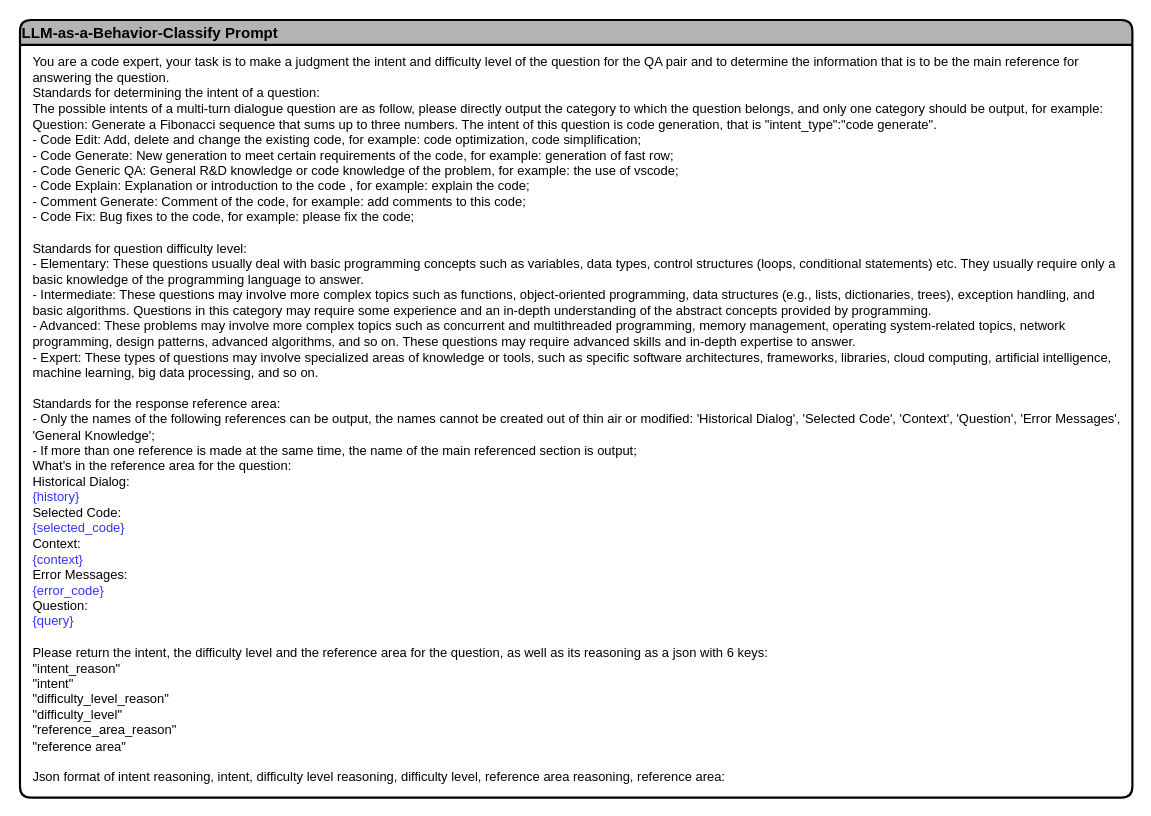
Above: DialogAgent/LLM classifier prompt.drawio in liangxiaoyun/drawio_pics (draw.io), before the change. Source tidied: cells renumbered, new cells numbered last; positions are measured from the earlier drawing's top-left corner, leaving out a move shared by most shapes. Both pictures are drawn from the tidied source at 108%, with x=0, y=0 at pixel (19, 19).
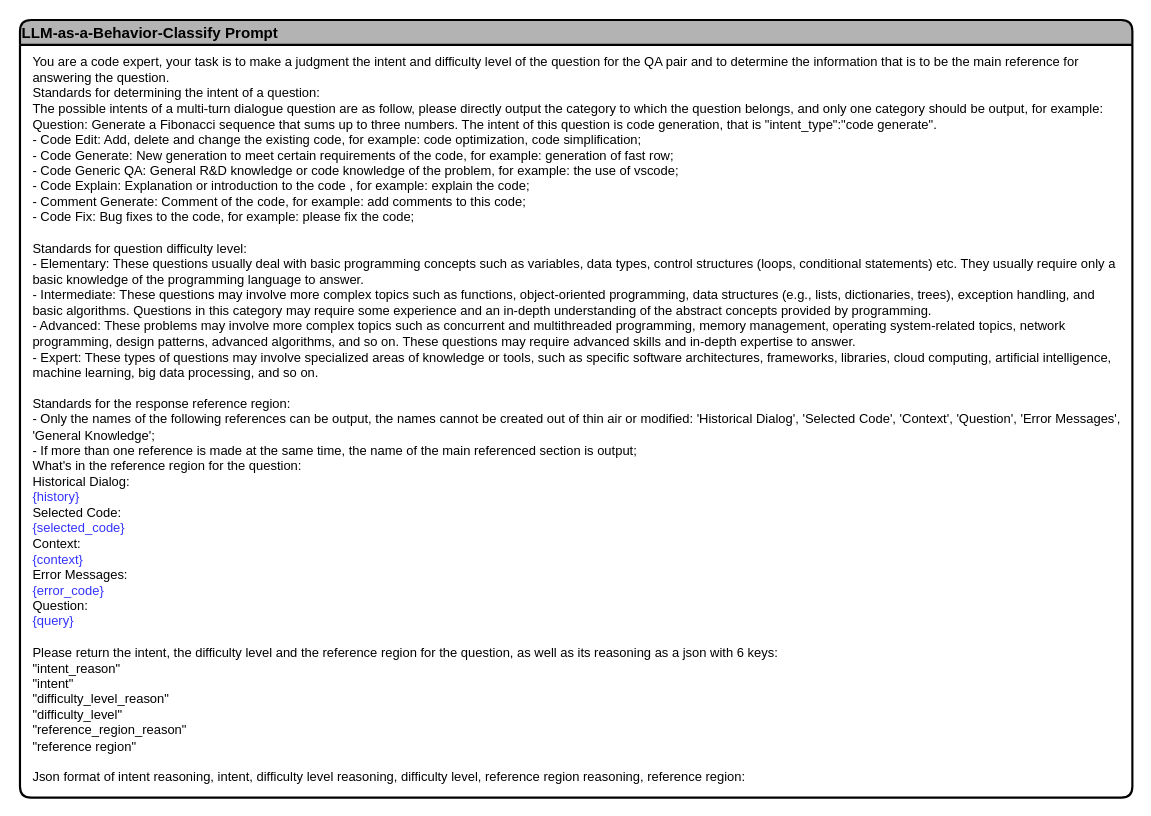
After the change.

The edit, as a diff of the source:
```diff
@@
 <mxGraphModel>
   <root>
     <mxCell id="0" />
     <mxCell id="1" parent="0" />
     <mxCell id="2" value="LLM-as-a-Behavior-Classify Prompt" style="swimlane;rounded=1;align=left;fillColor=#B3B3B3;strokeWidth=2;fontSize=14;" parent="1" vertex="1">
       <mxGeometry width="1030" height="720" as="geometry" />
     </mxCell>
-    <mxCell id="3" value="&lt;div&gt;&lt;span style=&quot;background-color: initial;&quot;&gt;You are a code expert,&amp;nbsp;&lt;/span&gt;&lt;span style=&quot;background-color: initial;&quot;&gt;your task is to&amp;nbsp;&lt;/span&gt;make a judgment&lt;span style=&quot;background-color: initial;&quot;&gt;&amp;nbsp;the intent and difficulty level of the question for the QA pair and to determine the information that is to be the main reference for answering the question.&lt;/span&gt;&lt;/div&gt;&lt;div&gt;Standards for determining the intent of a question:&lt;/div&gt;&lt;div&gt;The possible intents of a multi-turn dialogue question are as follow, please directly output the category to which the question belongs, and only one category should be output, for example: Question: Generate a Fibonacci sequence that sums up to three numbers. The intent of this question is code generation, that is &quot;intent_type&quot;:&quot;&lt;span style=&quot;text-align: center; text-wrap: nowrap;&quot;&gt;code generate&lt;/span&gt;&quot;.&lt;/div&gt;&lt;div&gt;- C&lt;span style=&quot;text-align: center; text-wrap: nowrap;&quot;&gt;ode Edit&lt;/span&gt;: Add, delete and change the existing code, for example: code optimization, code simplification;&lt;/div&gt;&lt;div&gt;- C&lt;span style=&quot;text-align: center; text-wrap: nowrap;&quot;&gt;ode Generate&lt;/span&gt;: New generation to meet certain requirements of the code, for example: generation of fast row;&lt;/div&gt;&lt;div&gt;- Code Generic QA: General R&amp;amp;D knowledge or code knowledge of the problem, for example: the use of vscode;&lt;/div&gt;&lt;div&gt;- C&lt;span style=&quot;text-align: center; text-wrap: nowrap;&quot;&gt;ode Explain&lt;/span&gt;: Explanation or introduction to the code , for example: explain the code;&lt;/div&gt;&lt;div&gt;- Comment Generate: Comment&amp;nbsp;of the code, for example: add comments to this code;&lt;/div&gt;&lt;div&gt;- C&lt;span style=&quot;text-align: center; text-wrap: nowrap;&quot;&gt;ode Fix&lt;/span&gt;: B&lt;span style=&quot;background-color: initial;&quot;&gt;ug fixes to the code, for example: please fix the code;&lt;/span&gt;&lt;/div&gt;&lt;div&gt;&lt;span style=&quot;background-color: initial;&quot;&gt;&lt;br&gt;&lt;/span&gt;&lt;/div&gt;&lt;div&gt;Standards for question difficulty level:&lt;/div&gt;&lt;div&gt;&lt;div&gt;- Elementary: These questions usually deal with basic programming concepts such as variables, data types, control structures (loops, conditional statements) etc. They usually require only a basic knowledge of the programming language to answer.&lt;/div&gt;&lt;div&gt;- Intermediate: These questions may involve more complex topics such as functions, object-oriented programming, data structures (e.g., lists, dictionaries, trees), exception handling, and basic algorithms. Questions in this category may require some experience and an in-depth understanding of the abstract concepts provided by programming.&lt;/div&gt;&lt;div&gt;- Advanced: These problems may involve more complex topics such as concurrent and multithreaded programming, memory management, operating system-related topics, network programming, design patterns, advanced algorithms, and so on. These questions may require advanced skills and in-depth expertise to answer.&lt;/div&gt;&lt;div&gt;- Expert: These types of questions may involve specialized areas of knowledge or tools, such as specific software architectures, frameworks, libraries, cloud computing, artificial intelligence, machine learning, big data processing, and so on.&lt;/div&gt;&lt;/div&gt;&lt;div&gt;&lt;br&gt;&lt;/div&gt;&lt;div&gt;&lt;div&gt;&lt;span style=&quot;background-color: initial;&quot;&gt;Standards&lt;/span&gt;&amp;nbsp;for the response reference area:&lt;/div&gt;&lt;div&gt;- Only the names of the following references can be output, the names cannot be created out of thin air or modified: 'Historical Dialog', 'Selected Code', 'Context', 'Question', 'Error Messages', 'General Knowledge';&lt;/div&gt;&lt;div&gt;- If more than one reference is made at the same time, the name of the main referenced section is output;&lt;/div&gt;&lt;div&gt;What's in the reference area for the question:&lt;/div&gt;&lt;div&gt;&lt;span style=&quot;background-color: initial;&quot;&gt;Historical Dialog&lt;/span&gt;:&lt;/div&gt;&lt;div&gt;&lt;font color=&quot;#3333ff&quot;&gt;{history}&lt;/font&gt;&lt;/div&gt;&lt;div&gt;Selected Code:&lt;/div&gt;&lt;div&gt;&lt;font color=&quot;#3333ff&quot;&gt;{selected_code}&lt;/font&gt;&lt;/div&gt;&lt;div&gt;&lt;span style=&quot;background-color: initial;&quot;&gt;Context&lt;/span&gt;:&lt;/div&gt;&lt;div&gt;&lt;font color=&quot;#3333ff&quot;&gt;{c&lt;span style=&quot;background-color: initial;&quot;&gt;ontext&lt;/span&gt;&lt;span style=&quot;background-color: initial;&quot;&gt;}&lt;/span&gt;&lt;/font&gt;&lt;/div&gt;&lt;div&gt;Error Messages:&lt;/div&gt;&lt;div&gt;&lt;font color=&quot;#3333ff&quot;&gt;{error_code}&lt;/font&gt;&lt;/div&gt;&lt;div&gt;Question:&lt;/div&gt;&lt;div&gt;&lt;font color=&quot;#3333ff&quot;&gt;{query}&lt;/font&gt;&lt;/div&gt;&lt;/div&gt;&lt;div&gt;&lt;br&gt;&lt;/div&gt;&lt;div&gt;Please return the intent, the&amp;nbsp;&lt;span style=&quot;background-color: initial;&quot;&gt;difficulty level&lt;/span&gt;&lt;span style=&quot;background-color: initial;&quot;&gt;&amp;nbsp;and the&amp;nbsp;&lt;/span&gt;&lt;span style=&quot;background-color: initial;&quot;&gt;reference area for the question, as well as&amp;nbsp;&lt;/span&gt;&lt;span style=&quot;background-color: initial;&quot;&gt;its reasoning&amp;nbsp;as a json&amp;nbsp;with 6 keys:&lt;/span&gt;&lt;/div&gt;&lt;div&gt;&quot;intent_reason&quot;&lt;/div&gt;&lt;div&gt;&quot;intent&quot;&lt;/div&gt;&lt;div&gt;&quot;difficulty_level_reason&quot;&lt;/div&gt;&lt;div&gt;&quot;difficulty_level&quot;&lt;/div&gt;&lt;div&gt;&quot;&lt;span style=&quot;background-color: initial;&quot;&gt;reference_area_reason&lt;/span&gt;&lt;span style=&quot;background-color: initial;&quot;&gt;&quot;&lt;/span&gt;&lt;/div&gt;&lt;div&gt;&lt;span style=&quot;background-color: initial;&quot;&gt;&quot;&lt;/span&gt;&lt;span style=&quot;background-color: initial;&quot;&gt;reference area&lt;/span&gt;&lt;span style=&quot;background-color: initial;&quot;&gt;&quot;&lt;/span&gt;&lt;/div&gt;&lt;div&gt;&lt;br&gt;&lt;/div&gt;&lt;div&gt;Json format of intent reasoning, intent, difficulty level reasoning, difficulty level,&amp;nbsp;&lt;span style=&quot;background-color: initial;&quot;&gt;reference area reasoning,&amp;nbsp;&lt;/span&gt;&lt;span style=&quot;background-color: initial;&quot;&gt;reference area&lt;/span&gt;&lt;span style=&quot;background-color: initial;&quot;&gt;:&lt;/span&gt;&lt;/div&gt;" style="text;html=1;align=left;verticalAlign=middle;whiteSpace=wrap;rounded=0;" parent="1" vertex="1">
+    <mxCell id="3" value="&lt;div&gt;&lt;span style=&quot;background-color: initial;&quot;&gt;You are a code expert,&amp;nbsp;&lt;/span&gt;&lt;span style=&quot;background-color: initial;&quot;&gt;your task is to&amp;nbsp;&lt;/span&gt;make a judgment&lt;span style=&quot;background-color: initial;&quot;&gt;&amp;nbsp;the intent and difficulty level of the question for the QA pair and to determine the information that is to be the main reference for answering the question.&lt;/span&gt;&lt;/div&gt;&lt;div&gt;Standards for determining the intent of a question:&lt;/div&gt;&lt;div&gt;The possible intents of a multi-turn dialogue question are as follow, please directly output the category to which the question belongs, and only one category should be output, for example: Question: Generate a Fibonacci sequence that sums up to three numbers. The intent of this question is code generation, that is &quot;intent_type&quot;:&quot;&lt;span style=&quot;text-align: center; text-wrap: nowrap;&quot;&gt;code generate&lt;/span&gt;&quot;.&lt;/div&gt;&lt;div&gt;- C&lt;span style=&quot;text-align: center; text-wrap: nowrap;&quot;&gt;ode Edit&lt;/span&gt;: Add, delete and change the existing code, for example: code optimization, code simplification;&lt;/div&gt;&lt;div&gt;- C&lt;span style=&quot;text-align: center; text-wrap: nowrap;&quot;&gt;ode Generate&lt;/span&gt;: New generation to meet certain requirements of the code, for example: generation of fast row;&lt;/div&gt;&lt;div&gt;- Code Generic QA: General R&amp;amp;D knowledge or code knowledge of the problem, for example: the use of vscode;&lt;/div&gt;&lt;div&gt;- C&lt;span style=&quot;text-align: center; text-wrap: nowrap;&quot;&gt;ode Explain&lt;/span&gt;: Explanation or introduction to the code , for example: explain the code;&lt;/div&gt;&lt;div&gt;- Comment Generate: Comment&amp;nbsp;of the code, for example: add comments to this code;&lt;/div&gt;&lt;div&gt;- C&lt;span style=&quot;text-align: center; text-wrap: nowrap;&quot;&gt;ode Fix&lt;/span&gt;: B&lt;span style=&quot;background-color: initial;&quot;&gt;ug fixes to the code, for example: please fix the code;&lt;/span&gt;&lt;/div&gt;&lt;div&gt;&lt;span style=&quot;background-color: initial;&quot;&gt;&lt;br&gt;&lt;/span&gt;&lt;/div&gt;&lt;div&gt;Standards for question difficulty level:&lt;/div&gt;&lt;div&gt;&lt;div&gt;- Elementary: These questions usually deal with basic programming concepts such as variables, data types, control structures (loops, conditional statements) etc. They usually require only a basic knowledge of the programming language to answer.&lt;/div&gt;&lt;div&gt;- Intermediate: These questions may involve more complex topics such as functions, object-oriented programming, data structures (e.g., lists, dictionaries, trees), exception handling, and basic algorithms. Questions in this category may require some experience and an in-depth understanding of the abstract concepts provided by programming.&lt;/div&gt;&lt;div&gt;- Advanced: These problems may involve more complex topics such as concurrent and multithreaded programming, memory management, operating system-related topics, network programming, design patterns, advanced algorithms, and so on. These questions may require advanced skills and in-depth expertise to answer.&lt;/div&gt;&lt;div&gt;- Expert: These types of questions may involve specialized areas of knowledge or tools, such as specific software architectures, frameworks, libraries, cloud computing, artificial intelligence, machine learning, big data processing, and so on.&lt;/div&gt;&lt;/div&gt;&lt;div&gt;&lt;br&gt;&lt;/div&gt;&lt;div&gt;&lt;div&gt;&lt;span style=&quot;background-color: initial;&quot;&gt;Standards&lt;/span&gt;&amp;nbsp;for the response reference region:&lt;/div&gt;&lt;div&gt;- Only the names of the following references can be output, the names cannot be created out of thin air or modified: 'Historical Dialog', 'Selected Code', 'Context', 'Question', 'Error Messages', 'General Knowledge';&lt;/div&gt;&lt;div&gt;- If more than one reference is made at the same time, the name of the main referenced section is output;&lt;/div&gt;&lt;div&gt;What's in the reference region for the question:&lt;/div&gt;&lt;div&gt;&lt;span style=&quot;background-color: initial;&quot;&gt;Historical Dialog&lt;/span&gt;:&lt;/div&gt;&lt;div&gt;&lt;font color=&quot;#3333ff&quot;&gt;{history}&lt;/font&gt;&lt;/div&gt;&lt;div&gt;Selected Code:&lt;/div&gt;&lt;div&gt;&lt;font color=&quot;#3333ff&quot;&gt;{selected_code}&lt;/font&gt;&lt;/div&gt;&lt;div&gt;&lt;span style=&quot;background-color: initial;&quot;&gt;Context&lt;/span&gt;:&lt;/div&gt;&lt;div&gt;&lt;font color=&quot;#3333ff&quot;&gt;{c&lt;span style=&quot;background-color: initial;&quot;&gt;ontext&lt;/span&gt;&lt;span style=&quot;background-color: initial;&quot;&gt;}&lt;/span&gt;&lt;/font&gt;&lt;/div&gt;&lt;div&gt;Error Messages:&lt;/div&gt;&lt;div&gt;&lt;font color=&quot;#3333ff&quot;&gt;{error_code}&lt;/font&gt;&lt;/div&gt;&lt;div&gt;Question:&lt;/div&gt;&lt;div&gt;&lt;font color=&quot;#3333ff&quot;&gt;{query}&lt;/font&gt;&lt;/div&gt;&lt;/div&gt;&lt;div&gt;&lt;br&gt;&lt;/div&gt;&lt;div&gt;Please return the intent, the&amp;nbsp;&lt;span style=&quot;background-color: initial;&quot;&gt;difficulty level&lt;/span&gt;&lt;span style=&quot;background-color: initial;&quot;&gt;&amp;nbsp;and the&amp;nbsp;&lt;/span&gt;&lt;span style=&quot;background-color: initial;&quot;&gt;reference region&amp;nbsp;for the question, as well as&amp;nbsp;&lt;/span&gt;&lt;span style=&quot;background-color: initial;&quot;&gt;its reasoning&amp;nbsp;as a json&amp;nbsp;with 6 keys:&lt;/span&gt;&lt;/div&gt;&lt;div&gt;&quot;intent_reason&quot;&lt;/div&gt;&lt;div&gt;&quot;intent&quot;&lt;/div&gt;&lt;div&gt;&quot;difficulty_level_reason&quot;&lt;/div&gt;&lt;div&gt;&quot;difficulty_level&quot;&lt;/div&gt;&lt;div&gt;&quot;&lt;span style=&quot;background-color: initial;&quot;&gt;reference_region_reason&lt;/span&gt;&lt;span style=&quot;background-color: initial;&quot;&gt;&quot;&lt;/span&gt;&lt;/div&gt;&lt;div&gt;&lt;span style=&quot;background-color: initial;&quot;&gt;&quot;&lt;/span&gt;&lt;span style=&quot;background-color: initial;&quot;&gt;reference&amp;nbsp;&lt;/span&gt;&lt;span style=&quot;background-color: initial;&quot;&gt;region&lt;/span&gt;&lt;span style=&quot;background-color: initial;&quot;&gt;&quot;&lt;/span&gt;&lt;/div&gt;&lt;div&gt;&lt;br&gt;&lt;/div&gt;&lt;div&gt;Json format of intent reasoning, intent, difficulty level reasoning, difficulty level,&amp;nbsp;&lt;span style=&quot;background-color: initial;&quot;&gt;reference region&amp;nbsp;reasoning,&amp;nbsp;&lt;/span&gt;&lt;span style=&quot;background-color: initial;&quot;&gt;reference&amp;nbsp;&lt;/span&gt;&lt;span style=&quot;background-color: initial;&quot;&gt;region:&lt;/span&gt;&lt;/div&gt;" style="text;html=1;align=left;verticalAlign=middle;whiteSpace=wrap;rounded=0;" parent="1" vertex="1">
       <mxGeometry x="10" y="70" width="1010" height="600" as="geometry" />
     </mxCell>
   </root>
 </mxGraphModel>
```
